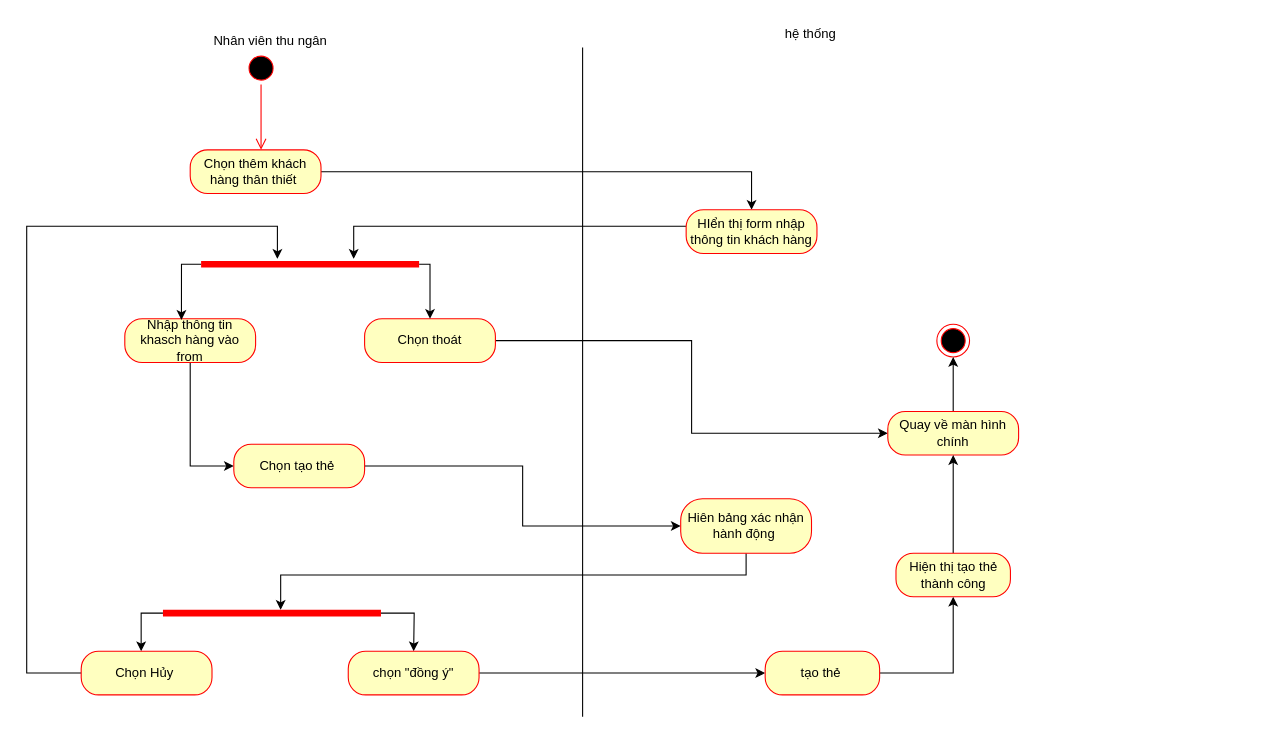
This is page "tạo thẻ khách hàng thân thiết" (6 of 20) of Untitled Diagram.drawio from sonha1/aaaa, a draw.io file, before an edit. Source tidied: cells renumbered, new cells numbered last; positions are measured from the earlier drawing's top-left corner, leaving out a move shared by most shapes. Both pictures are drawn from the tidied source at 109%, with x=0, y=0 at pixel (26, 19).
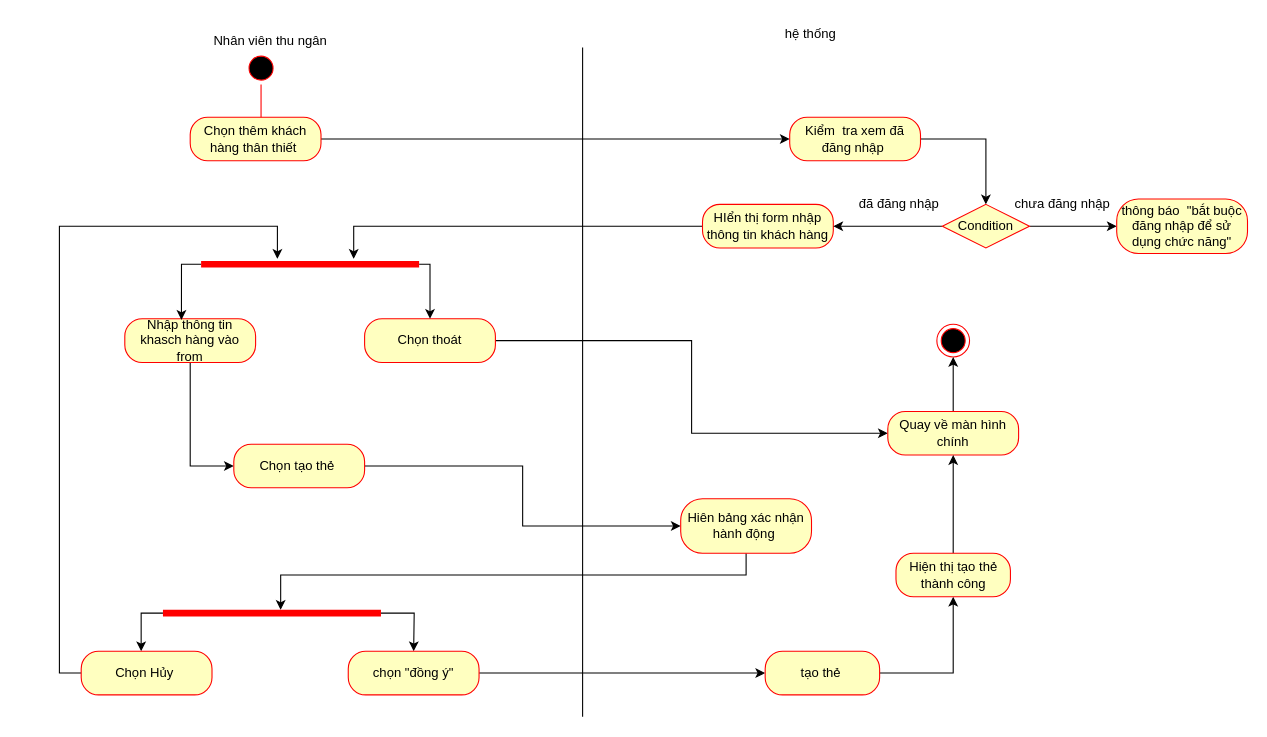
Above is the later version.

The change refers to these unchanged cells:
```xml
<mxCell id="28" value="Chọn Hủy&amp;nbsp;" style="rounded=1;whiteSpace=wrap;html=1;arcSize=40;fontColor=#000000;fillColor=#ffffc0;strokeColor=#ff0000;" parent="1" vertex="1">
  <mxGeometry x="50" y="580" width="120" height="40" as="geometry" />
</mxCell>
<mxCell id="33" style="shape=line;html=1;strokeWidth=6;strokeColor=#ff0000;" parent="1" vertex="1">
  <mxGeometry x="160" y="220" width="200" height="10" as="geometry" />
</mxCell>
```

What changed in the source:
```diff
@@
-    <mxCell id="6" style="edgeStyle=orthogonalEdgeStyle;rounded=0;jettySize=auto;html=1;entryX=0.5;entryY=0;entryDx=0;entryDy=0;" parent="1" edge="1" source="7" target="10">
+    <mxCell id="6" style="edgeStyle=orthogonalEdgeStyle;rounded=0;jettySize=auto;html=1;entryX=0;entryY=0.5;entryDx=0;entryDy=0;" parent="1" edge="1" source="7" target="38">
       <mxGeometry relative="1" as="geometry" />
     </mxCell>
     <mxCell id="7" value="Chọn thêm khách hàng thân thiết&amp;nbsp;" style="rounded=1;whiteSpace=wrap;html=1;arcSize=40;fontColor=#000000;fillColor=#ffffc0;strokeColor=#ff0000;" parent="1" vertex="1">
-      <mxGeometry x="150" y="120" width="120" height="40" as="geometry" />
+      <mxGeometry x="150" y="90" width="120" height="40" as="geometry" />
     </mxCell>
@@
     <mxCell id="10" value="HIển thị form nhập thông tin khách hàng" style="rounded=1;whiteSpace=wrap;html=1;arcSize=40;fontColor=#000000;fillColor=#ffffc0;strokeColor=#ff0000;" parent="1" vertex="1">
-      <mxGeometry x="605" y="175" width="120" height="40" as="geometry" />
+      <mxGeometry x="620" y="170" width="120" height="40" as="geometry" />
     </mxCell>
@@
     <mxCell id="27" style="edgeStyle=orthogonalEdgeStyle;rounded=0;jettySize=auto;html=1;" parent="1" edge="1" source="28" target="33">
       <mxGeometry relative="1" as="geometry">
         <Array as="points">
-          <mxPoint y="600" />
-          <mxPoint y="190" />
+          <mxPoint x="30" y="600" />
+          <mxPoint x="30" y="190" />
           <mxPoint x="230" y="190" />
         </Array>
       </mxGeometry>
     </mxCell>
@@
+    <mxCell id="37" style="edgeStyle=orthogonalEdgeStyle;rounded=0;jettySize=auto;html=1;" parent="1" edge="1" source="38" target="41">
+      <mxGeometry relative="1" as="geometry" />
+    </mxCell>
+    <mxCell id="38" value="Kiểm&amp;nbsp; tra xem đã đăng nhập&amp;nbsp;" style="rounded=1;whiteSpace=wrap;html=1;arcSize=40;fontColor=#000000;fillColor=#ffffc0;strokeColor=#ff0000;" parent="1" vertex="1">
+      <mxGeometry x="700" y="90" width="120" height="40" as="geometry" />
+    </mxCell>
+    <mxCell id="39" style="edgeStyle=orthogonalEdgeStyle;rounded=0;jettySize=auto;html=1;" parent="1" edge="1" source="41" target="10">
+      <mxGeometry relative="1" as="geometry" />
+    </mxCell>
+    <mxCell id="40" style="edgeStyle=orthogonalEdgeStyle;rounded=0;jettySize=auto;html=1;" parent="1" edge="1" source="41" target="44">
+      <mxGeometry relative="1" as="geometry" />
+    </mxCell>
+    <mxCell id="41" value="Condition" style="rhombus;whiteSpace=wrap;html=1;fillColor=#ffffc0;strokeColor=#ff0000;" parent="1" vertex="1">
+      <mxGeometry x="840" y="170" width="80" height="40" as="geometry" />
+    </mxCell>
+    <mxCell id="42" value="đã đăng nhập" style="text;html=1;align=center;verticalAlign=middle;strokeColor=none;fillColor=none;" parent="1" vertex="1">
+      <mxGeometry x="755" y="160" width="90" height="20" as="geometry" />
+    </mxCell>
+    <mxCell id="43" value="chưa đăng nhập" style="text;html=1;align=center;verticalAlign=middle;strokeColor=none;fillColor=none;" parent="1" vertex="1">
+      <mxGeometry x="900" y="160" width="100" height="20" as="geometry" />
+    </mxCell>
+    <mxCell id="44" value="thông báo&amp;nbsp; &quot;bắt buộc đăng nhập để sử dụng chức năng&quot;" style="rounded=1;whiteSpace=wrap;html=1;arcSize=40;fontColor=#000000;fillColor=#ffffc0;strokeColor=#ff0000;" parent="1" vertex="1">
+      <mxGeometry x="1000" y="165" width="120" height="50" as="geometry" />
+    </mxCell>
```
